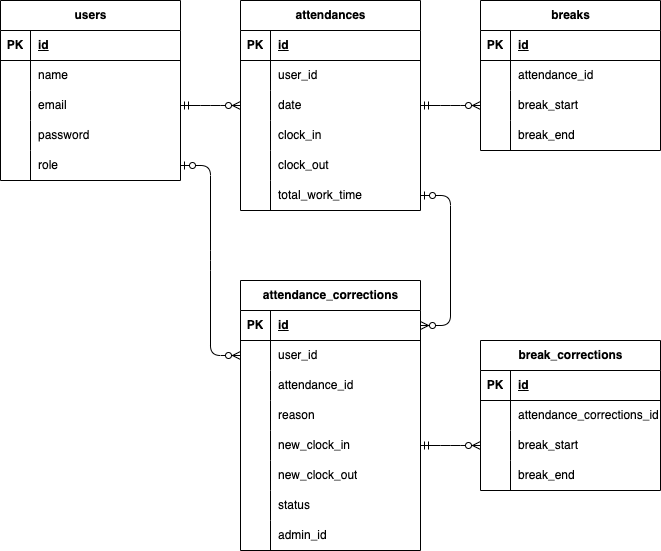
Before: src/ER.drawio.png, a diagram exported from draw.io (takuyakurikuri/attendanceManagement). Source tidied: cells renumbered, new cells last; positions are measured from the earlier drawing's top-left corner, leaving out a move shared by most shapes.
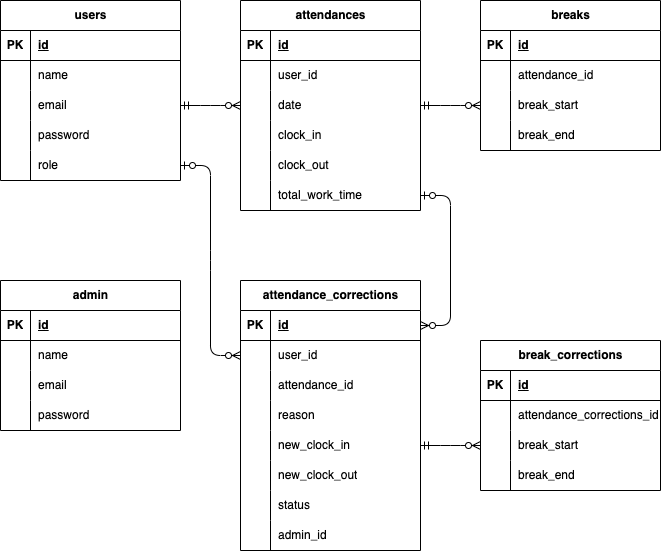
After the commit.

Change to the diagram source:
```diff
@@ -275,5 +275,44 @@
     <mxCell id="92" style="edgeStyle=entityRelationEdgeStyle;fontSize=12;html=1;endArrow=ERzeroToMany;startArrow=ERzeroToOne;exitX=1;exitY=0.5;exitDx=0;exitDy=0;entryX=1;entryY=0.5;entryDx=0;entryDy=0;" parent="1" edge="1" source="34" target="51">
       <mxGeometry relative="1" as="geometry" />
     </mxCell>
+    <mxCell id="93" value="admin" style="shape=table;startSize=30;rowLines=0;fontStyle=1;align=center;html=1;" parent="1" vertex="1">
+      <mxGeometry y="280" width="180" height="150" as="geometry" />
+    </mxCell>
+    <mxCell id="94" style="shape=tableRow;horizontal=0;startSize=0;swimlaneHead=0;swimlaneBody=0;fillColor=none;top=0;left=0;right=0;bottom=1;" parent="93" vertex="1">
+      <mxGeometry y="30" width="180" height="30" as="geometry" />
+    </mxCell>
+    <mxCell id="95" value="PK" style="shape=partialRectangle;fillColor=none;top=0;left=0;bottom=0;right=0;fontStyle=1;overflow=hidden;whiteSpace=wrap;html=1;" parent="94" vertex="1">
+      <mxGeometry width="30" height="30" as="geometry" />
+    </mxCell>
+    <mxCell id="96" value="id" style="shape=partialRectangle;fillColor=none;top=0;left=0;bottom=0;right=0;align=left;spacingLeft=6;fontStyle=5;overflow=hidden;whiteSpace=wrap;html=1;" parent="94" vertex="1">
+      <mxGeometry x="30" width="150" height="30" as="geometry" />
+    </mxCell>
+    <mxCell id="97" style="shape=tableRow;horizontal=0;startSize=0;swimlaneHead=0;swimlaneBody=0;fillColor=none;top=0;left=0;right=0;bottom=0;" parent="93" vertex="1">
+      <mxGeometry y="60" width="180" height="30" as="geometry" />
+    </mxCell>
+    <mxCell id="98" style="shape=partialRectangle;fillColor=none;top=0;left=0;bottom=0;right=0;overflow=hidden;whiteSpace=wrap;html=1;" parent="97" vertex="1">
+      <mxGeometry width="30" height="30" as="geometry" />
+    </mxCell>
+    <mxCell id="99" value="name" style="shape=partialRectangle;fillColor=none;top=0;left=0;bottom=0;right=0;align=left;spacingLeft=6;overflow=hidden;whiteSpace=wrap;html=1;" parent="97" vertex="1">
+      <mxGeometry x="30" width="150" height="30" as="geometry" />
+    </mxCell>
+    <mxCell id="100" style="shape=tableRow;horizontal=0;startSize=0;swimlaneHead=0;swimlaneBody=0;fillColor=none;top=0;left=0;right=0;bottom=0;" parent="93" vertex="1">
+      <mxGeometry y="90" width="180" height="30" as="geometry" />
+    </mxCell>
+    <mxCell id="101" style="shape=partialRectangle;fillColor=none;top=0;left=0;bottom=0;right=0;overflow=hidden;whiteSpace=wrap;html=1;" parent="100" vertex="1">
+      <mxGeometry width="30" height="30" as="geometry" />
+    </mxCell>
+    <mxCell id="102" value="email" style="shape=partialRectangle;fillColor=none;top=0;left=0;bottom=0;right=0;align=left;spacingLeft=6;overflow=hidden;whiteSpace=wrap;html=1;" parent="100" vertex="1">
+      <mxGeometry x="30" width="150" height="30" as="geometry" />
+    </mxCell>
+    <mxCell id="103" style="shape=tableRow;horizontal=0;startSize=0;swimlaneHead=0;swimlaneBody=0;fillColor=none;top=0;left=0;right=0;bottom=0;" parent="93" vertex="1">
+      <mxGeometry y="120" width="180" height="30" as="geometry" />
+    </mxCell>
+    <mxCell id="104" style="shape=partialRectangle;fillColor=none;top=0;left=0;bottom=0;right=0;overflow=hidden;whiteSpace=wrap;html=1;" parent="103" vertex="1">
+      <mxGeometry width="30" height="30" as="geometry" />
+    </mxCell>
+    <mxCell id="105" value="password" style="shape=partialRectangle;fillColor=none;top=0;left=0;bottom=0;right=0;align=left;spacingLeft=6;overflow=hidden;whiteSpace=wrap;html=1;" parent="103" vertex="1">
+      <mxGeometry x="30" width="150" height="30" as="geometry" />
+    </mxCell>
   </root>
 </mxGraphModel>
```
